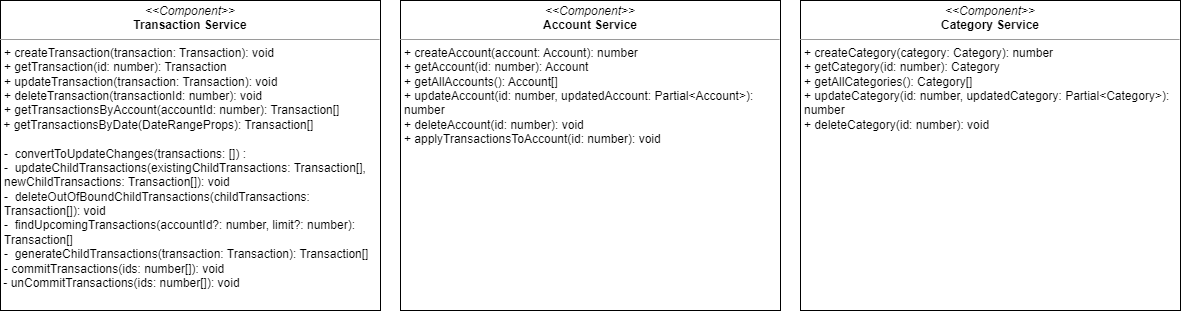
Above: ERD_and_Implementation/diagrams/services.drawio.png in ssanjose/transact (draw.io), before the change. Source tidied: cells renumbered, new cells last; positions are measured from the earlier drawing's top-left corner, leaving out a move shared by most shapes.
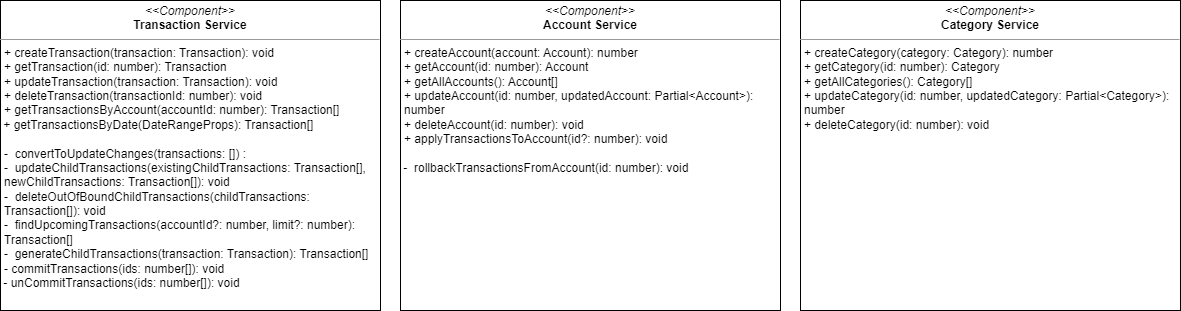
The same diagram one commit later.

Commit message:
adds: rollbackTransactionsFromAccount method to account services

The edit, as a diff of the source:
```diff
@@ -5,7 +5,7 @@
     <mxCell id="2" value="&lt;p style=&quot;margin:0px;margin-top:4px;text-align:center;&quot;&gt;&lt;i&gt;&amp;lt;&amp;lt;Component&amp;gt;&amp;gt;&lt;/i&gt;&lt;br&gt;&lt;span style=&quot;font-weight: 700;&quot;&gt;Transaction Service&lt;/span&gt;&lt;/p&gt;&lt;hr size=&quot;1&quot;&gt;&lt;p style=&quot;margin:0px;margin-left:4px;&quot;&gt;+ createTransaction(transaction: Transaction): void&lt;br&gt;+ getTransaction(id: number): Transaction&lt;/p&gt;&lt;p style=&quot;margin:0px;margin-left:4px;&quot;&gt;+ updateTransaction(transaction: Transaction): void&lt;br&gt;&lt;/p&gt;&lt;p style=&quot;margin:0px;margin-left:4px;&quot;&gt;+ deleteTransaction(transactionId: number): void&lt;br&gt;&lt;/p&gt;&lt;p style=&quot;margin:0px;margin-left:4px;&quot;&gt;+ getTransactionsByAccount(accountId: number): Transaction[]&lt;/p&gt;&amp;nbsp;+&amp;nbsp;&lt;span style=&quot;background-color: initial;&quot;&gt;getTransactionsByDate(DateRangeProps): Transaction[]&lt;/span&gt;&lt;br&gt;&lt;p style=&quot;margin:0px;margin-left:4px;&quot;&gt;&lt;br&gt;&lt;/p&gt;&lt;p style=&quot;margin:0px;margin-left:4px;&quot;&gt;-&amp;nbsp; convertToUpdateChanges(transactions: []) :&amp;nbsp;&lt;/p&gt;&lt;p style=&quot;margin:0px;margin-left:4px;&quot;&gt;-&amp;nbsp; updateChildTransactions(existingChildTransactions: Transaction[], newChildTransactions: Transaction[]): void&lt;/p&gt;&lt;p style=&quot;margin:0px;margin-left:4px;&quot;&gt;-&amp;nbsp; deleteOutOfBoundChildTransactions(childTransactions: Transaction[]): void&lt;/p&gt;&lt;p style=&quot;margin:0px;margin-left:4px;&quot;&gt;-&amp;nbsp; findUpcomingTransactions(accountId?: number, limit?: number): Transaction[]&lt;/p&gt;&lt;p style=&quot;margin:0px;margin-left:4px;&quot;&gt;-&amp;nbsp; generateChildTransactions(transaction: Transaction): Transaction[]&lt;/p&gt;&lt;p style=&quot;margin:0px;margin-left:4px;&quot;&gt;- commitTransactions(ids: number[]): void&lt;span style=&quot;background-color: initial;&quot;&gt;&amp;nbsp;&lt;/span&gt;&lt;/p&gt;&amp;nbsp;- unCommitTransactions(ids: number[]): void&lt;p style=&quot;margin:0px;margin-left:4px;&quot;&gt;&lt;br&gt;&lt;/p&gt;" style="verticalAlign=top;align=left;overflow=fill;fontSize=12;fontFamily=Helvetica;html=1;whiteSpace=wrap;" parent="1" vertex="1">
       <mxGeometry width="380" height="310" as="geometry" />
     </mxCell>
-    <mxCell id="3" value="&lt;p style=&quot;margin:0px;margin-top:4px;text-align:center;&quot;&gt;&lt;i&gt;&amp;lt;&amp;lt;Component&amp;gt;&amp;gt;&lt;/i&gt;&lt;br&gt;&lt;span style=&quot;font-weight: 700;&quot;&gt;Account Service&lt;/span&gt;&lt;/p&gt;&lt;hr size=&quot;1&quot;&gt;&lt;p style=&quot;margin:0px;margin-left:4px;&quot;&gt;+ createAccount(account: Account): number&lt;br&gt;+ getAccount(id: number): Account&lt;/p&gt;&lt;p style=&quot;margin:0px;margin-left:4px;&quot;&gt;+ getAllAccounts(): Account[]&lt;br&gt;&lt;/p&gt;&lt;p style=&quot;margin:0px;margin-left:4px;&quot;&gt;+ updateAccount(id: number, updatedAccount: Partial&amp;lt;Account&amp;gt;): number&lt;br&gt;&lt;/p&gt;&lt;p style=&quot;margin:0px;margin-left:4px;&quot;&gt;+ deleteAccount(id: number): void&lt;/p&gt;&lt;p style=&quot;margin:0px;margin-left:4px;&quot;&gt;+ applyTransactionsToAccount(id: number): void&lt;/p&gt;&lt;br&gt;&lt;p style=&quot;margin:0px;margin-left:4px;&quot;&gt;&lt;br&gt;&lt;/p&gt;&lt;p style=&quot;margin:0px;margin-left:4px;&quot;&gt;&lt;br&gt;&lt;/p&gt;" style="verticalAlign=top;align=left;overflow=fill;fontSize=12;fontFamily=Helvetica;html=1;whiteSpace=wrap;" parent="1" vertex="1">
+    <mxCell id="3" value="&lt;p style=&quot;margin:0px;margin-top:4px;text-align:center;&quot;&gt;&lt;i&gt;&amp;lt;&amp;lt;Component&amp;gt;&amp;gt;&lt;/i&gt;&lt;br&gt;&lt;span style=&quot;font-weight: 700;&quot;&gt;Account Service&lt;/span&gt;&lt;/p&gt;&lt;hr size=&quot;1&quot;&gt;&lt;p style=&quot;margin:0px;margin-left:4px;&quot;&gt;+ createAccount(account: Account): number&lt;br&gt;+ getAccount(id: number): Account&lt;/p&gt;&lt;p style=&quot;margin:0px;margin-left:4px;&quot;&gt;+ getAllAccounts(): Account[]&lt;br&gt;&lt;/p&gt;&lt;p style=&quot;margin:0px;margin-left:4px;&quot;&gt;+ updateAccount(id: number, updatedAccount: Partial&amp;lt;Account&amp;gt;): number&lt;br&gt;&lt;/p&gt;&lt;p style=&quot;margin:0px;margin-left:4px;&quot;&gt;+ deleteAccount(id: number): void&lt;/p&gt;&lt;p style=&quot;margin:0px;margin-left:4px;&quot;&gt;+ applyTransactionsToAccount(id?: number): void&lt;/p&gt;&lt;br&gt;&amp;nbsp;-&amp;nbsp; rollbackTransactionsFromAccount(id: number): void&amp;nbsp;&lt;br&gt;&lt;p style=&quot;margin:0px;margin-left:4px;&quot;&gt;&lt;br&gt;&lt;/p&gt;&lt;p style=&quot;margin:0px;margin-left:4px;&quot;&gt;&lt;br&gt;&lt;/p&gt;" style="verticalAlign=top;align=left;overflow=fill;fontSize=12;fontFamily=Helvetica;html=1;whiteSpace=wrap;" parent="1" vertex="1">
       <mxGeometry x="400" width="380" height="310" as="geometry" />
     </mxCell>
     <mxCell id="4" value="&lt;p style=&quot;margin:0px;margin-top:4px;text-align:center;&quot;&gt;&lt;i&gt;&amp;lt;&amp;lt;Component&amp;gt;&amp;gt;&lt;/i&gt;&lt;br&gt;&lt;span style=&quot;font-weight: 700;&quot;&gt;Category Service&lt;/span&gt;&lt;/p&gt;&lt;hr size=&quot;1&quot;&gt;&lt;p style=&quot;margin:0px;margin-left:4px;&quot;&gt;+ createCategory(category: Category): number&lt;br&gt;+ getCategory(id: number): Category&lt;/p&gt;&lt;p style=&quot;margin:0px;margin-left:4px;&quot;&gt;+ getAllCategories(): Category[]&lt;br&gt;&lt;/p&gt;&lt;p style=&quot;margin:0px;margin-left:4px;&quot;&gt;+ updateCategory(id: number, updatedCategory: Partial&amp;lt;Category&amp;gt;): number&lt;br&gt;&lt;/p&gt;&lt;p style=&quot;margin:0px;margin-left:4px;&quot;&gt;+ deleteCategory(id: number): void&lt;/p&gt;&lt;br&gt;&lt;p style=&quot;margin:0px;margin-left:4px;&quot;&gt;&lt;br&gt;&lt;/p&gt;&lt;p style=&quot;margin:0px;margin-left:4px;&quot;&gt;&lt;br&gt;&lt;/p&gt;" style="verticalAlign=top;align=left;overflow=fill;fontSize=12;fontFamily=Helvetica;html=1;whiteSpace=wrap;" parent="1" vertex="1">
```
